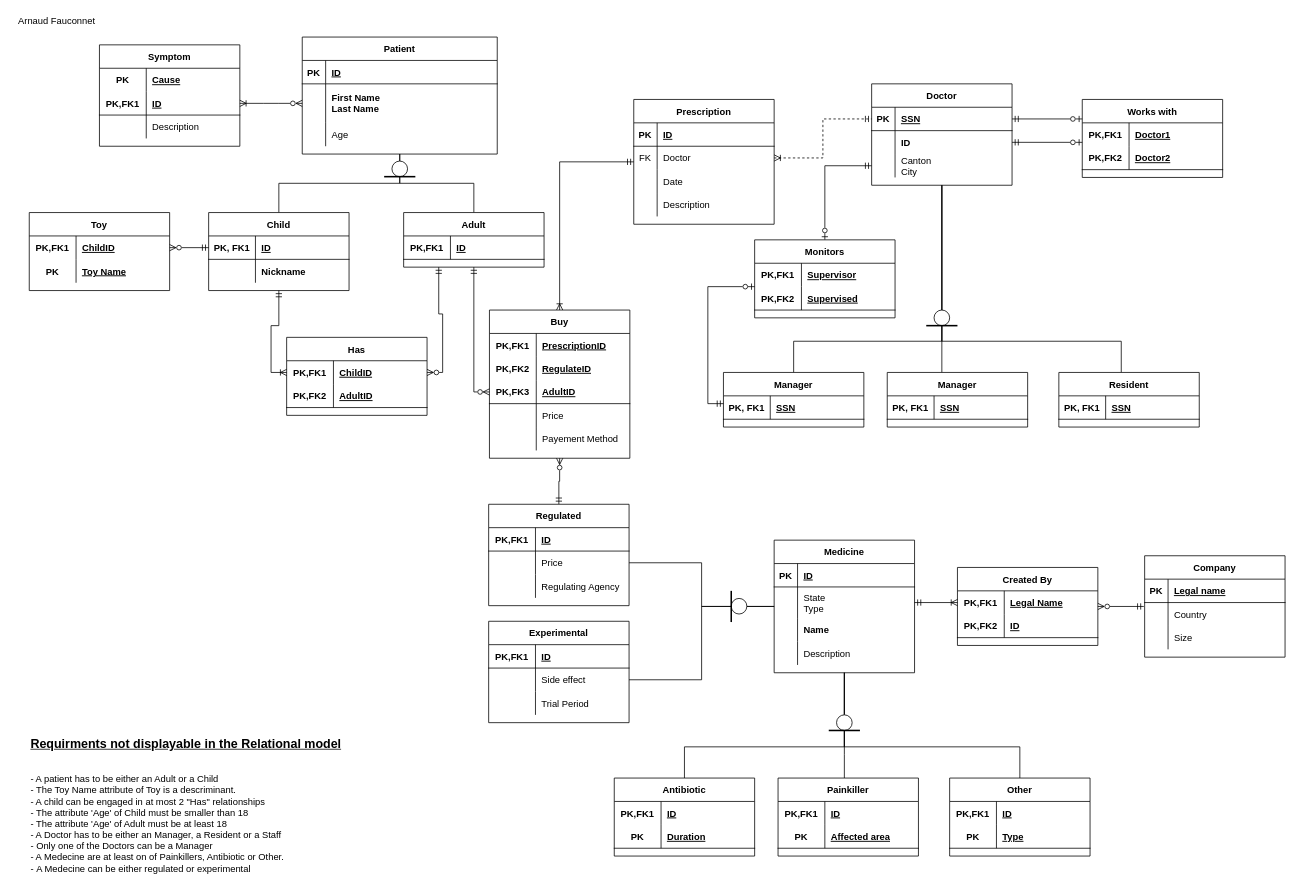
Above: 02.drawio in karma-riuk/DM_Assignments (draw.io), before the change. Source tidied: cells renumbered, new cells numbered last; positions are measured from the earlier drawing's top-left corner, leaving out a move shared by most shapes. Both pictures are drawn from the tidied source at 78%, with x=0, y=0 at pixel (13, 13).
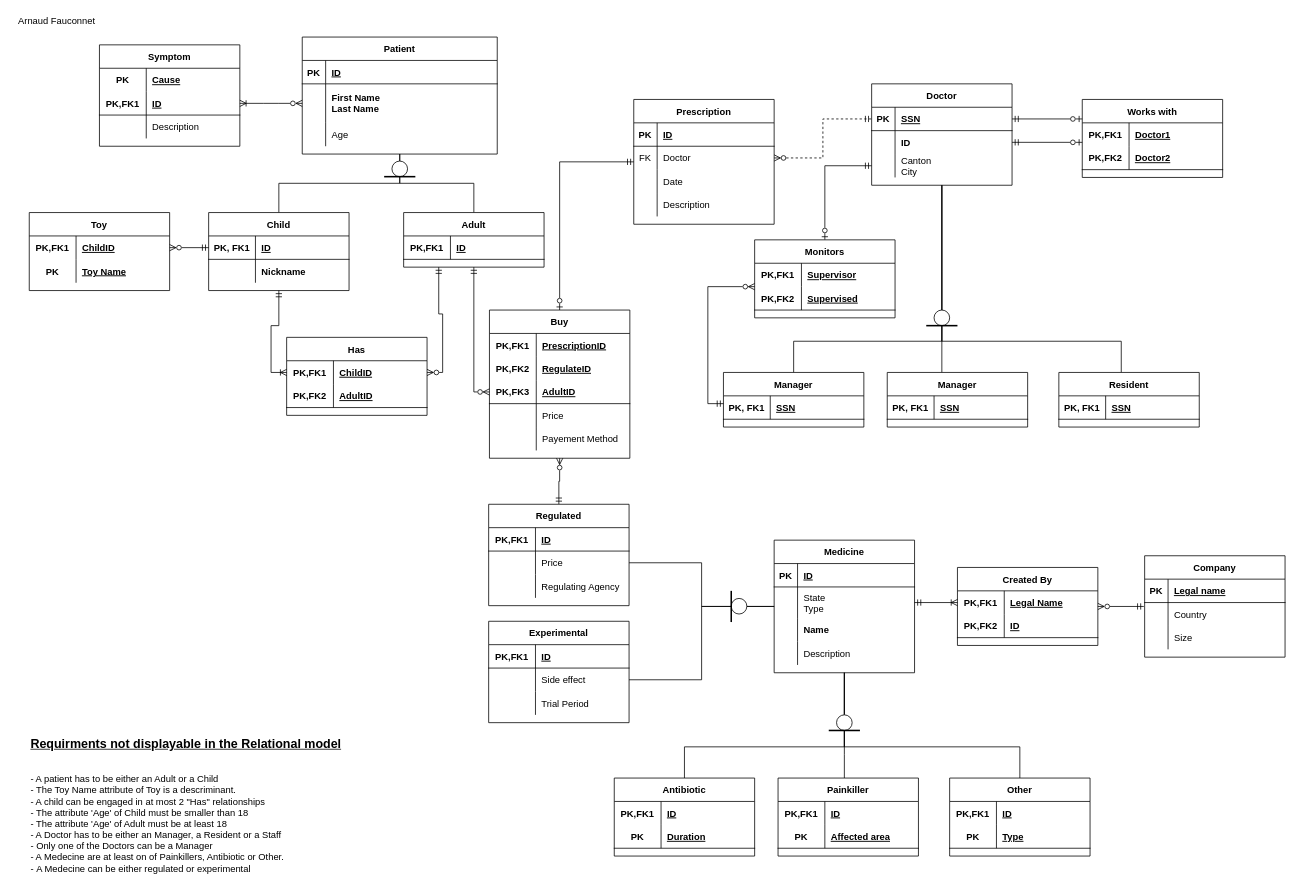
After the change.

Commit message:
old town road

Unchanged cells that the change refers to:
```xml
<mxCell id="116" style="shape=tableRow;horizontal=0;startSize=0;swimlaneHead=0;swimlaneBody=0;fillColor=none;points=[[0,0.5],[1,0.5]];portConstraint=eastwest;top=0;left=0;right=0;bottom=1;" parent="115" vertex="1">
  <mxGeometry y="30" width="180" height="30" as="geometry" />
</mxCell>
<mxCell id="127" style="shape=tableRow;horizontal=0;startSize=0;swimlaneHead=0;swimlaneBody=0;fillColor=none;points=[[0,0.5],[1,0.5]];portConstraint=eastwest;top=0;left=0;right=0;bottom=1;" parent="126" vertex="1">
  <mxGeometry y="30" width="180" height="30" as="geometry" />
</mxCell>
<mxCell id="148" value="Prescription" style="shape=table;startSize=30;childLayout=tableLayout;rowLines=0;fontStyle=1;align=center;" parent="1" vertex="1">
  <mxGeometry x="795" y="110" width="180" height="160" as="geometry" />
</mxCell>
<mxCell id="152" style="shape=tableRow;horizontal=0;startSize=0;swimlaneHead=0;swimlaneBody=0;fillColor=none;points=[[0,0.5],[1,0.5]];portConstraint=eastwest;top=0;left=0;right=0;bottom=0;" parent="148" vertex="1">
  <mxGeometry y="60" width="180" height="30" as="geometry" />
</mxCell>
<mxCell id="161" value="Buy" style="shape=table;startSize=30;childLayout=tableLayout;rowLines=0;fontStyle=1;align=center;" parent="1" vertex="1">
  <mxGeometry x="610" y="380" width="180" height="190" as="geometry" />
</mxCell>
<mxCell id="209" value="Monitors" style="shape=table;startSize=30;childLayout=tableLayout;rowLines=0;fontStyle=1;align=center;" parent="1" vertex="1">
  <mxGeometry x="950" y="290" width="180" height="100" as="geometry" />
</mxCell>
```

The edit, as a diff of the source:
```diff
@@
-    <mxCell id="147" style="edgeStyle=orthogonalEdgeStyle;rounded=0;jettySize=auto;html=1;entryX=0.5;entryY=0;entryDx=0;entryDy=0;startArrow=ERmandOne;startFill=0;endArrow=ERoneToMany;endFill=0;" parent="1" edge="1" source="148" target="161">
+    <mxCell id="147" style="edgeStyle=orthogonalEdgeStyle;rounded=0;jettySize=auto;html=1;entryX=0.5;entryY=0;entryDx=0;entryDy=0;startArrow=ERmandOne;startFill=0;endArrow=ERzeroToOne;endFill=0;" parent="1" edge="1" source="148" target="161">
       <mxGeometry relative="1" as="geometry" />
     </mxCell>
@@
-    <mxCell id="198" style="edgeStyle=orthogonalEdgeStyle;rounded=0;jettySize=auto;html=1;entryX=0;entryY=0.5;entryDx=0;entryDy=0;startArrow=ERoneToMany;startFill=0;endArrow=ERmandOne;endFill=0;dashed=1;" parent="1" edge="1" source="152" target="116">
+    <mxCell id="198" style="edgeStyle=orthogonalEdgeStyle;rounded=0;jettySize=auto;html=1;entryX=0;entryY=0.5;entryDx=0;entryDy=0;startArrow=ERzeroToMany;startFill=0;endArrow=ERmandOne;endFill=0;dashed=1;" parent="1" edge="1" source="152" target="116">
       <mxGeometry relative="1" as="geometry" />
     </mxCell>
@@
-    <mxCell id="207" style="edgeStyle=orthogonalEdgeStyle;rounded=0;jettySize=auto;html=1;entryX=0;entryY=0.333;entryDx=0;entryDy=0;entryPerimeter=0;startArrow=ERzeroToOne;startFill=0;endArrow=ERmandOne;endFill=0;" parent="1" edge="1" source="209" target="127">
+    <mxCell id="207" style="edgeStyle=orthogonalEdgeStyle;rounded=0;jettySize=auto;html=1;entryX=0;entryY=0.333;entryDx=0;entryDy=0;entryPerimeter=0;startArrow=ERzeroToMany;startFill=0;endArrow=ERmandOne;endFill=0;" parent="1" edge="1" source="209" target="127">
       <mxGeometry relative="1" as="geometry">
         <Array as="points">
           <mxPoint x="890" y="350" />
           <mxPoint x="890" y="500" />
         </Array>
       </mxGeometry>
     </mxCell>
```
